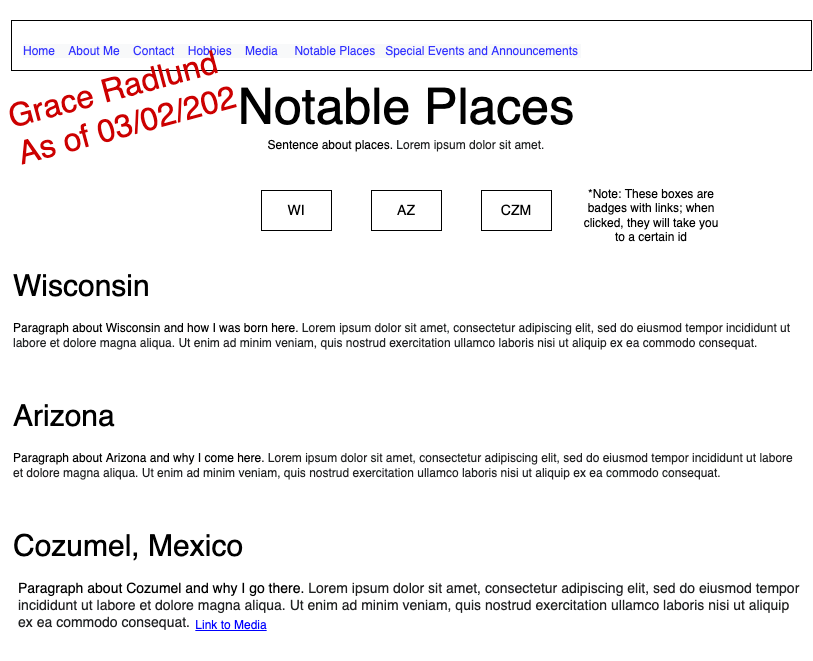
The draw.io diagram Wireframes/notablePlaces.png in gradlund/personalWebsite, before a commit. Source tidied: cells renumbered, new cells last; positions are measured from the earlier drawing's top-left corner, leaving out a move shared by most shapes. The source it was exported from:
```xml
<mxGraphModel>
  <root>
    <mxCell id="0" />
    <mxCell id="1" parent="0" />
    <mxCell id="2" style="rounded=0;whiteSpace=wrap;html=1;" parent="1" vertex="1">
      <mxGeometry x="10" y="20" width="800" height="50" as="geometry" />
    </mxCell>
    <mxCell id="3" value="&lt;font style=&quot;font-size: 50px&quot;&gt;Notable Places&lt;/font&gt;" style="text;html=1;strokeColor=none;fillColor=none;align=center;verticalAlign=middle;whiteSpace=wrap;rounded=0;" parent="1" vertex="1">
      <mxGeometry x="200" y="90" width="410" height="30" as="geometry" />
    </mxCell>
    <mxCell id="4" value="&lt;span style=&quot;color: rgb(51 , 51 , 255) ; font-family: &amp;#34;helvetica&amp;#34; ; font-size: 12px ; font-style: normal ; font-weight: 400 ; letter-spacing: normal ; text-align: left ; text-indent: 0px ; text-transform: none ; word-spacing: 0px ; background-color: rgb(248 , 249 , 250) ; display: inline ; float: none&quot;&gt;Home&amp;nbsp; &amp;nbsp; About Me&amp;nbsp; &amp;nbsp; Contact&amp;nbsp; &amp;nbsp; Hobbies&amp;nbsp; &amp;nbsp; Media&amp;nbsp; &amp;nbsp; &amp;nbsp;Notable Places&amp;nbsp; &amp;nbsp;Special Events and Announcements&amp;nbsp;&lt;/span&gt;" style="text;whiteSpace=wrap;html=1;fontSize=50;" parent="1" vertex="1">
      <mxGeometry x="20" width="650" height="80" as="geometry" />
    </mxCell>
    <mxCell id="5" value="&lt;font style=&quot;font-size: 12px&quot;&gt;Sentence about places.&amp;nbsp;&lt;span style=&quot;color: rgb(32 , 33 , 34) ; font-family: sans-serif ; background-color: rgb(255 , 255 , 255)&quot;&gt;Lorem ipsum dolor sit amet.&lt;/span&gt;&lt;/font&gt;" style="text;html=1;strokeColor=none;fillColor=none;align=center;verticalAlign=middle;whiteSpace=wrap;rounded=0;fontSize=12;" parent="1" vertex="1">
      <mxGeometry x="5" y="130" width="800" height="30" as="geometry" />
    </mxCell>
    <mxCell id="6" value="&lt;font style=&quot;font-size: 30px&quot;&gt;Wisconsin&lt;/font&gt;" style="text;html=1;strokeColor=none;fillColor=none;align=left;verticalAlign=middle;whiteSpace=wrap;rounded=0;fontSize=12;" parent="1" vertex="1">
      <mxGeometry x="10" y="270" width="230" height="30" as="geometry" />
    </mxCell>
    <mxCell id="7" value="&lt;font style=&quot;font-size: 30px&quot;&gt;Arizona&lt;/font&gt;" style="text;html=1;strokeColor=none;fillColor=none;align=left;verticalAlign=middle;whiteSpace=wrap;rounded=0;fontSize=12;" parent="1" vertex="1">
      <mxGeometry x="10" y="400" width="180" height="30" as="geometry" />
    </mxCell>
    <mxCell id="8" value="&lt;font style=&quot;font-size: 30px&quot;&gt;Cozumel, Mexico&lt;/font&gt;" style="text;html=1;strokeColor=none;fillColor=none;align=left;verticalAlign=middle;whiteSpace=wrap;rounded=0;fontSize=12;" parent="1" vertex="1">
      <mxGeometry x="10" y="530" width="260" height="30" as="geometry" />
    </mxCell>
    <mxCell id="9" value="&lt;font style=&quot;font-size: 12px&quot;&gt;Paragraph about Wisconsin and how I was born here.&amp;nbsp;&lt;span style=&quot;color: rgb(32 , 33 , 34) ; font-family: sans-serif&quot;&gt;Lorem ipsum dolor sit amet, consectetur adipiscing elit, sed do eiusmod tempor incididunt ut labore et dolore magna aliqua. Ut enim ad minim veniam, quis nostrud exercitation ullamco laboris nisi ut aliquip ex ea commodo consequat.&lt;/span&gt;&lt;/font&gt;" style="text;html=1;strokeColor=none;fillColor=none;align=left;verticalAlign=middle;whiteSpace=wrap;rounded=0;fontSize=12;" parent="1" vertex="1">
      <mxGeometry x="10" y="320" width="790" height="30" as="geometry" />
    </mxCell>
    <mxCell id="10" value="&lt;font style=&quot;font-size: 12px&quot;&gt;Paragraph about Arizona and why I come here.&amp;nbsp;&lt;span style=&quot;color: rgb(32 , 33 , 34) ; font-family: sans-serif&quot;&gt;Lorem ipsum dolor sit amet, consectetur adipiscing elit, sed do eiusmod tempor incididunt ut labore et dolore magna aliqua. Ut enim ad minim veniam, quis nostrud exercitation ullamco laboris nisi ut aliquip ex ea commodo consequat.&lt;/span&gt;&lt;/font&gt;" style="text;html=1;strokeColor=none;fillColor=none;align=left;verticalAlign=middle;whiteSpace=wrap;rounded=0;fontSize=12;" parent="1" vertex="1">
      <mxGeometry x="10" y="450" width="790" height="30" as="geometry" />
    </mxCell>
    <mxCell id="11" value="&lt;font style=&quot;font-size: 14px&quot;&gt;Paragraph about Cozumel and why I go there.&amp;nbsp;&lt;span style=&quot;color: rgb(32 , 33 , 34) ; font-family: sans-serif&quot;&gt;Lorem ipsum dolor sit amet, consectetur adipiscing elit, sed do eiusmod tempor incididunt ut labore et dolore magna aliqua. Ut enim ad minim veniam, quis nostrud exercitation ullamco laboris nisi ut aliquip ex ea commodo consequat.&lt;/span&gt;&lt;/font&gt;" style="text;html=1;strokeColor=none;fillColor=none;align=left;verticalAlign=middle;whiteSpace=wrap;rounded=0;fontSize=12;" parent="1" vertex="1">
      <mxGeometry x="15" y="590" width="790" height="30" as="geometry" />
    </mxCell>
    <mxCell id="12" value="&lt;u style=&quot;font-size: 12px;&quot;&gt;&lt;font color=&quot;#0000ff&quot; style=&quot;font-size: 12px;&quot;&gt;Link to Media&lt;/font&gt;&lt;/u&gt;" style="text;html=1;strokeColor=none;fillColor=none;align=center;verticalAlign=middle;whiteSpace=wrap;rounded=0;labelBackgroundColor=none;fontSize=12;" parent="1" vertex="1">
      <mxGeometry x="180" y="590" width="100" height="70" as="geometry" />
    </mxCell>
    <mxCell id="13" value="WI" style="rounded=0;whiteSpace=wrap;html=1;fontSize=14;" parent="1" vertex="1">
      <mxGeometry x="260" y="190" width="70" height="40" as="geometry" />
    </mxCell>
    <mxCell id="14" value="AZ" style="rounded=0;whiteSpace=wrap;html=1;fontSize=14;" parent="1" vertex="1">
      <mxGeometry x="370" y="190" width="70" height="40" as="geometry" />
    </mxCell>
    <mxCell id="15" value="CZM" style="rounded=0;whiteSpace=wrap;html=1;fontSize=14;" parent="1" vertex="1">
      <mxGeometry x="480" y="190" width="70" height="40" as="geometry" />
    </mxCell>
    <mxCell id="16" value="*Note: These boxes are badges with links; when clicked, they will take you to a certain id" style="text;html=1;strokeColor=none;fillColor=none;align=center;verticalAlign=middle;whiteSpace=wrap;rounded=0;" parent="1" vertex="1">
      <mxGeometry x="580" y="200" width="140" height="30" as="geometry" />
    </mxCell>
    <mxCell id="17" value="&lt;div style=&quot;font-size: 32px ; font-style: normal ; font-weight: 400 ; letter-spacing: normal ; text-align: left ; text-indent: 0px ; text-transform: none ; word-spacing: 0px ; color: rgb(0 , 0 , 0) ; font-family: &amp;#34;helvetica&amp;#34;&quot;&gt;&lt;font color=&quot;#cc0000&quot; style=&quot;font-size: 32px&quot;&gt;Grace Radlund&lt;/font&gt;&lt;/div&gt;&lt;font color=&quot;#cc0000&quot; style=&quot;color: rgb(204 , 0 , 0) ; font-size: 32px ; font-style: normal ; font-weight: 400 ; letter-spacing: normal ; text-indent: 0px ; text-transform: none ; word-spacing: 0px ; font-family: &amp;#34;helvetica&amp;#34; ; text-align: center&quot;&gt;&lt;div style=&quot;text-align: left&quot;&gt;As of 03/02/202&lt;/div&gt;&lt;/font&gt;" style="text;whiteSpace=wrap;html=1;rotation=-15;" parent="1" vertex="1">
      <mxGeometry y="60" width="250" height="40" as="geometry" />
    </mxCell>
  </root>
</mxGraphModel>
```
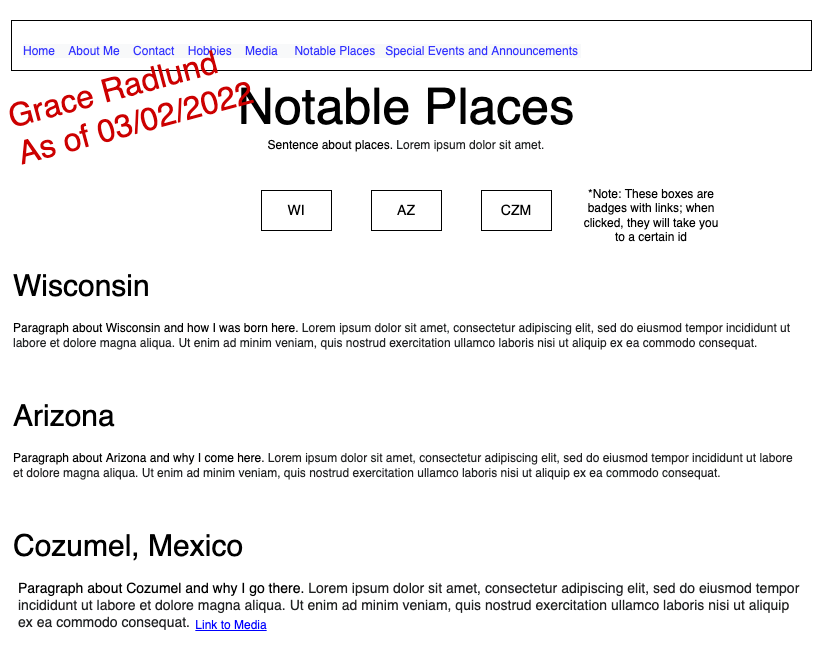
Above is the later version.

Commit message:
Added correct wireframe

Diff of the diagram source:
```diff
@@ -47,7 +47,7 @@
     <mxCell id="16" value="*Note: These boxes are badges with links; when clicked, they will take you to a certain id" style="text;html=1;strokeColor=none;fillColor=none;align=center;verticalAlign=middle;whiteSpace=wrap;rounded=0;" parent="1" vertex="1">
       <mxGeometry x="580" y="200" width="140" height="30" as="geometry" />
     </mxCell>
-    <mxCell id="17" value="&lt;div style=&quot;font-size: 32px ; font-style: normal ; font-weight: 400 ; letter-spacing: normal ; text-align: left ; text-indent: 0px ; text-transform: none ; word-spacing: 0px ; color: rgb(0 , 0 , 0) ; font-family: &amp;#34;helvetica&amp;#34;&quot;&gt;&lt;font color=&quot;#cc0000&quot; style=&quot;font-size: 32px&quot;&gt;Grace Radlund&lt;/font&gt;&lt;/div&gt;&lt;font color=&quot;#cc0000&quot; style=&quot;color: rgb(204 , 0 , 0) ; font-size: 32px ; font-style: normal ; font-weight: 400 ; letter-spacing: normal ; text-indent: 0px ; text-transform: none ; word-spacing: 0px ; font-family: &amp;#34;helvetica&amp;#34; ; text-align: center&quot;&gt;&lt;div style=&quot;text-align: left&quot;&gt;As of 03/02/202&lt;/div&gt;&lt;/font&gt;" style="text;whiteSpace=wrap;html=1;rotation=-15;" parent="1" vertex="1">
+    <mxCell id="17" value="&lt;div style=&quot;font-size: 32px ; font-style: normal ; font-weight: 400 ; letter-spacing: normal ; text-align: left ; text-indent: 0px ; text-transform: none ; word-spacing: 0px ; color: rgb(0 , 0 , 0) ; font-family: &amp;#34;helvetica&amp;#34;&quot;&gt;&lt;font color=&quot;#cc0000&quot; style=&quot;font-size: 32px&quot;&gt;Grace Radlund&lt;/font&gt;&lt;/div&gt;&lt;font color=&quot;#cc0000&quot; style=&quot;color: rgb(204 , 0 , 0) ; font-size: 32px ; font-style: normal ; font-weight: 400 ; letter-spacing: normal ; text-indent: 0px ; text-transform: none ; word-spacing: 0px ; font-family: &amp;#34;helvetica&amp;#34; ; text-align: center&quot;&gt;&lt;div style=&quot;text-align: left&quot;&gt;As of 03/02/2022&lt;/div&gt;&lt;/font&gt;" style="text;whiteSpace=wrap;html=1;rotation=-15;" parent="1" vertex="1">
       <mxGeometry y="60" width="250" height="40" as="geometry" />
     </mxCell>
   </root>
```
